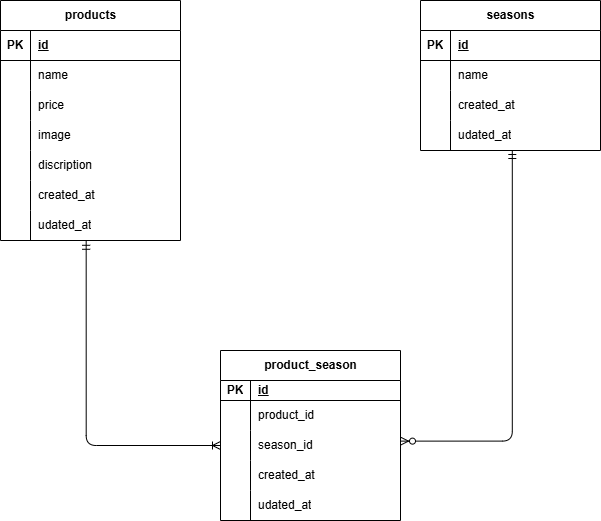
Toriyamayoshihiro/checktest2 keeps this draw.io diagram as erd.drawio.png. Above is the earlier version. Source tidied: cells renumbered, new cells last; positions are measured from the earlier drawing's top-left corner, leaving out a move shared by most shapes.
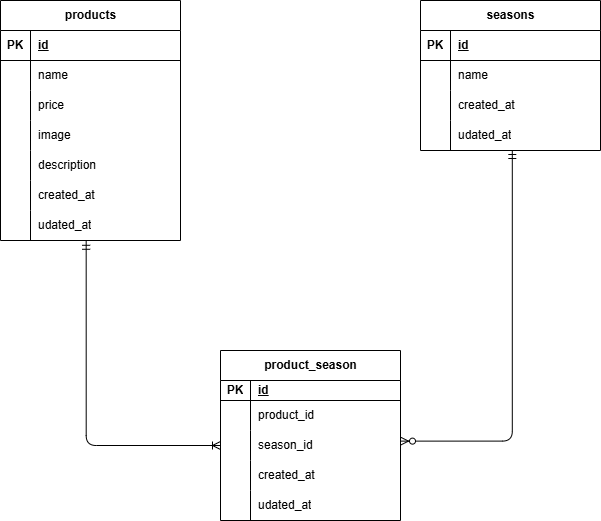
After the change.

The edit, as a diff of the source:
```diff
@@ -47,7 +47,7 @@
     <mxCell id="16" style="shape=partialRectangle;fillColor=none;top=0;left=0;bottom=0;right=0;overflow=hidden;whiteSpace=wrap;html=1;" parent="15" vertex="1">
       <mxGeometry width="30" height="30" as="geometry" />
     </mxCell>
-    <mxCell id="17" value="discription" style="shape=partialRectangle;fillColor=none;top=0;left=0;bottom=0;right=0;align=left;spacingLeft=6;overflow=hidden;whiteSpace=wrap;html=1;" parent="15" vertex="1">
+    <mxCell id="17" value="description" style="shape=partialRectangle;fillColor=none;top=0;left=0;bottom=0;right=0;align=left;spacingLeft=6;overflow=hidden;whiteSpace=wrap;html=1;" parent="15" vertex="1">
       <mxGeometry x="30" width="150" height="30" as="geometry" />
     </mxCell>
     <mxCell id="18" style="shape=tableRow;horizontal=0;startSize=0;swimlaneHead=0;swimlaneBody=0;fillColor=none;top=0;left=0;right=0;bottom=0;" parent="2" vertex="1">
```
